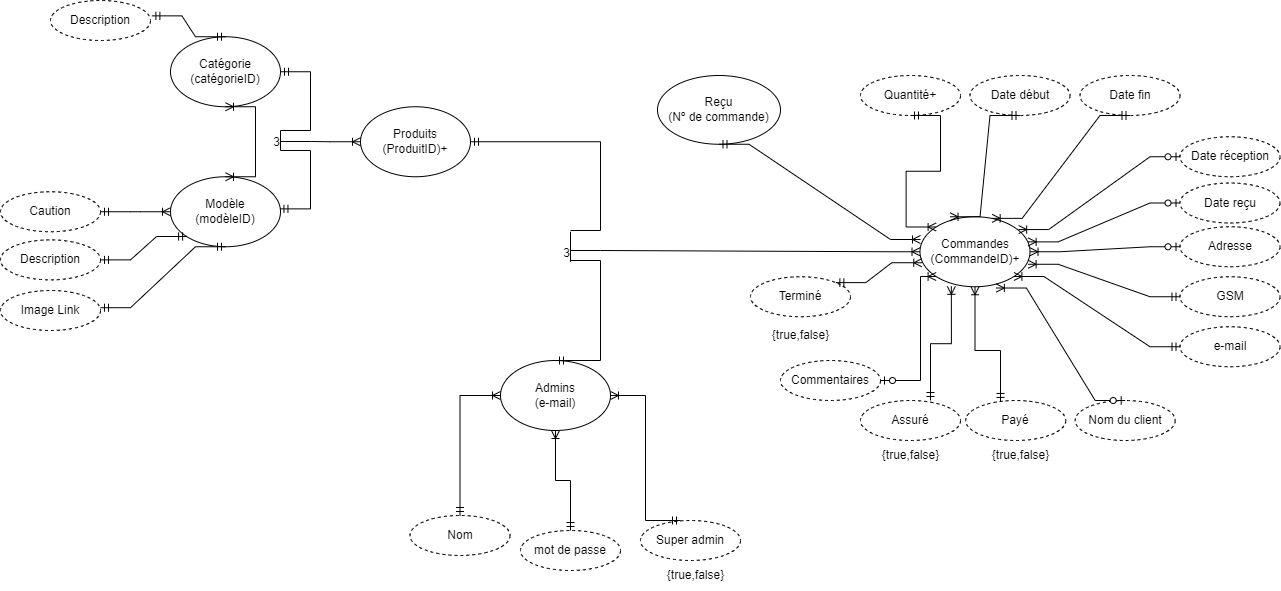
Above: ORM.png in Emilevillette/LINFO1212-2022-12 (draw.io), before the change. Source tidied: cells renumbered, new cells last; positions are measured from the earlier drawing's top-left corner, leaving out a move shared by most shapes.
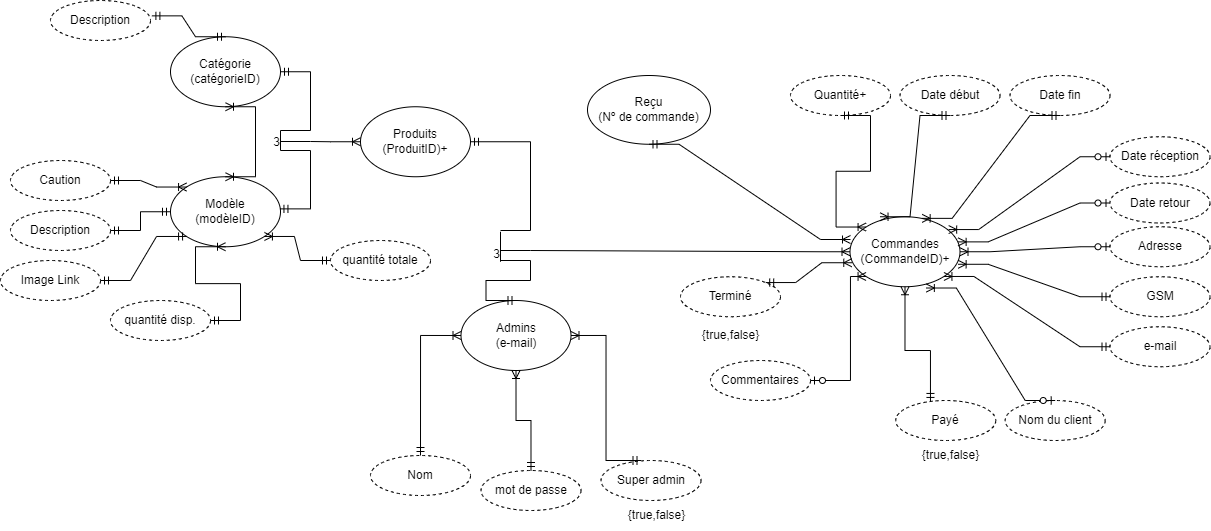
Later version of the same file.

Change to the diagram source:
```diff
@@ -3,19 +3,19 @@
     <mxCell id="0" />
     <mxCell id="1" parent="0" />
     <mxCell id="2" value="Produits&lt;br&gt;(ProduitID)+" style="ellipse;whiteSpace=wrap;html=1;align=center;" parent="1" vertex="1">
-      <mxGeometry x="360" y="106.2" width="110" height="70" as="geometry" />
+      <mxGeometry x="430" y="106.2" width="110" height="70" as="geometry" />
     </mxCell>
     <mxCell id="3" value="Commandes&lt;br&gt;(CommandeID)+" style="ellipse;whiteSpace=wrap;html=1;align=center;" parent="1" vertex="1">
       <mxGeometry x="919.5" y="216.2" width="110" height="70" as="geometry" />
     </mxCell>
     <mxCell id="4" value="Admins&lt;br&gt;(e-mail)" style="ellipse;whiteSpace=wrap;html=1;align=center;" parent="1" vertex="1">
-      <mxGeometry x="500" y="360" width="110" height="70" as="geometry" />
+      <mxGeometry x="530.5" y="300" width="110" height="70" as="geometry" />
     </mxCell>
     <mxCell id="5" value="Nom" style="ellipse;whiteSpace=wrap;html=1;align=center;dashed=1;" parent="1" vertex="1">
-      <mxGeometry x="409.5" y="515" width="100" height="40" as="geometry" />
+      <mxGeometry x="440" y="455" width="100" height="40" as="geometry" />
     </mxCell>
     <mxCell id="6" value="mot de passe" style="ellipse;whiteSpace=wrap;html=1;align=center;dashed=1;" parent="1" vertex="1">
-      <mxGeometry x="520" y="530" width="100" height="40" as="geometry" />
+      <mxGeometry x="550.5" y="470" width="100" height="40" as="geometry" />
     </mxCell>
     <mxCell id="7" value="Quantité+" style="ellipse;whiteSpace=wrap;html=1;align=center;dashed=1;" parent="1" vertex="1">
       <mxGeometry x="860" y="75" width="100" height="40" as="geometry" />
@@ -79,7 +79,7 @@
     <mxCell id="22" value="Date réception" style="ellipse;whiteSpace=wrap;html=1;align=center;dashed=1;" parent="1" vertex="1">
       <mxGeometry x="1179.5" y="136.2" width="100" height="40" as="geometry" />
     </mxCell>
-    <mxCell id="23" value="Date reçu" style="ellipse;whiteSpace=wrap;html=1;align=center;dashed=1;" parent="1" vertex="1">
+    <mxCell id="23" value="Date retour" style="ellipse;whiteSpace=wrap;html=1;align=center;dashed=1;" parent="1" vertex="1">
       <mxGeometry x="1179.5" y="182.5" width="100" height="40" as="geometry" />
     </mxCell>
     <mxCell id="24" value="Nom du client" style="ellipse;whiteSpace=wrap;html=1;align=center;dashed=1;" parent="1" vertex="1">
@@ -106,14 +106,6 @@
     <mxCell id="31" style="edgeStyle=entityRelationEdgeStyle;fontSize=12;html=1;endArrow=ERoneToMany;startArrow=ERzeroToOne;rounded=0;entryX=0.983;entryY=0.359;entryDx=0;entryDy=0;entryPerimeter=0;exitX=0;exitY=0.5;exitDx=0;exitDy=0;" parent="1" edge="1" source="23" target="3">
       <mxGeometry relative="1" as="geometry" />
     </mxCell>
-    <mxCell id="32" value="Assuré" style="ellipse;whiteSpace=wrap;html=1;align=center;dashed=1;" parent="1" vertex="1">
-      <mxGeometry x="860" y="400" width="100" height="40" as="geometry" />
-    </mxCell>
-    <mxCell id="33" style="edgeStyle=orthogonalEdgeStyle;fontSize=12;html=1;endArrow=ERoneToMany;startArrow=ERmandOne;rounded=0;fontColor=none;entryX=0.285;entryY=0.994;entryDx=0;entryDy=0;entryPerimeter=0;" parent="1" edge="1" target="3">
-      <mxGeometry relative="1" as="geometry">
-        <mxPoint x="930" y="400" as="sourcePoint" />
-      </mxGeometry>
-    </mxCell>
     <mxCell id="34" value="Reçu&lt;br&gt;(Nº de commande)" style="ellipse;whiteSpace=wrap;html=1;align=center;" parent="1" vertex="1">
       <mxGeometry x="657" y="75" width="123" height="68.8" as="geometry" />
     </mxCell>
@@ -124,16 +116,16 @@
       <mxGeometry x="750" y="276.2" width="100" height="40" as="geometry" />
     </mxCell>
     <mxCell id="37" value="Catégorie&lt;br&gt;(catégorieID)" style="ellipse;whiteSpace=wrap;html=1;align=center;" parent="1" vertex="1">
-      <mxGeometry x="170" y="36.2" width="110" height="70" as="geometry" />
+      <mxGeometry x="240" y="36.2" width="110" height="70" as="geometry" />
     </mxCell>
     <mxCell id="38" value="Modèle&lt;br&gt;(modèleID)" style="ellipse;whiteSpace=wrap;html=1;align=center;" parent="1" vertex="1">
-      <mxGeometry x="170" y="176.2" width="110" height="70" as="geometry" />
+      <mxGeometry x="240" y="176.2" width="110" height="70" as="geometry" />
     </mxCell>
     <mxCell id="39" value="Caution" style="ellipse;whiteSpace=wrap;html=1;align=center;dashed=1;" parent="1" vertex="1">
-      <mxGeometry y="191.2" width="100" height="40" as="geometry" />
+      <mxGeometry x="80" y="160" width="100" height="40" as="geometry" />
     </mxCell>
     <mxCell id="40" value="Description" style="ellipse;whiteSpace=wrap;html=1;align=center;dashed=1;" parent="1" vertex="1">
-      <mxGeometry y="239.4" width="100" height="40" as="geometry" />
+      <mxGeometry x="80" y="210" width="100" height="40" as="geometry" />
     </mxCell>
     <mxCell id="41" style="edgeStyle=entityRelationEdgeStyle;fontSize=12;html=1;endArrow=ERoneToMany;startArrow=ERoneToMany;rounded=0;entryX=0.5;entryY=1;entryDx=0;entryDy=0;exitX=0.5;exitY=0;exitDx=0;exitDy=0;" parent="1" edge="1" source="38" target="37">
       <mxGeometry relative="1" as="geometry" />
@@ -145,8 +137,8 @@
     </mxCell>
     <mxCell id="43" style="endArrow=none;html=1;rounded=0;fontColor=none;" parent="1" edge="1">
       <mxGeometry relative="1" as="geometry">
-        <mxPoint x="280" y="130" as="sourcePoint" />
-        <mxPoint x="280" y="150" as="targetPoint" />
+        <mxPoint x="350" y="130" as="sourcePoint" />
+        <mxPoint x="350" y="150" as="targetPoint" />
       </mxGeometry>
     </mxCell>
     <mxCell id="44" value="3" style="html=1;align=right;verticalAlign=bottom;labelBackgroundColor=none;strokeColor=default;fontColor=none;fillColor=#000000;" parent="43" vertex="1">
@@ -154,23 +146,23 @@
     </mxCell>
     <mxCell id="45" style="edgeStyle=entityRelationEdgeStyle;fontSize=12;html=1;endArrow=ERmandOne;rounded=0;" parent="1" edge="1" target="37">
       <mxGeometry relative="1" as="geometry">
-        <mxPoint x="280" y="130" as="sourcePoint" />
+        <mxPoint x="350" y="130" as="sourcePoint" />
       </mxGeometry>
     </mxCell>
     <mxCell id="46" style="edgeStyle=entityRelationEdgeStyle;fontSize=12;html=1;endArrow=ERmandOne;rounded=0;entryX=0.995;entryY=0.459;entryDx=0;entryDy=0;entryPerimeter=0;" parent="1" edge="1" target="38">
       <mxGeometry relative="1" as="geometry">
-        <mxPoint x="280" y="150" as="sourcePoint" />
+        <mxPoint x="350" y="150" as="sourcePoint" />
       </mxGeometry>
     </mxCell>
     <mxCell id="47" style="edgeStyle=entityRelationEdgeStyle;fontSize=12;html=1;endArrow=ERoneToMany;rounded=0;entryX=0;entryY=0.5;entryDx=0;entryDy=0;" parent="1" edge="1" target="2">
       <mxGeometry relative="1" as="geometry">
-        <mxPoint x="280" y="141" as="sourcePoint" />
+        <mxPoint x="350" y="141" as="sourcePoint" />
       </mxGeometry>
     </mxCell>
-    <mxCell id="48" style="edgeStyle=entityRelationEdgeStyle;fontSize=12;html=1;endArrow=ERmandOne;startArrow=ERmandOne;rounded=0;exitX=1;exitY=0.5;exitDx=0;exitDy=0;entryX=0;entryY=1;entryDx=0;entryDy=0;" parent="1" edge="1" source="40" target="38">
+    <mxCell id="48" style="edgeStyle=entityRelationEdgeStyle;fontSize=12;html=1;endArrow=ERmandOne;startArrow=ERmandOne;rounded=0;exitX=1;exitY=0.5;exitDx=0;exitDy=0;entryX=0;entryY=0.5;entryDx=0;entryDy=0;" parent="1" edge="1" source="40" target="38">
       <mxGeometry relative="1" as="geometry" />
     </mxCell>
-    <mxCell id="49" style="edgeStyle=entityRelationEdgeStyle;fontSize=12;html=1;endArrow=ERoneToMany;startArrow=ERmandOne;rounded=0;exitX=1;exitY=0.5;exitDx=0;exitDy=0;entryX=0;entryY=0.5;entryDx=0;entryDy=0;" parent="1" edge="1" source="39" target="38">
+    <mxCell id="49" style="edgeStyle=entityRelationEdgeStyle;fontSize=12;html=1;endArrow=ERoneToMany;startArrow=ERmandOne;rounded=0;exitX=1;exitY=0.5;exitDx=0;exitDy=0;entryX=0;entryY=0;entryDx=0;entryDy=0;" parent="1" edge="1" source="39" target="38">
       <mxGeometry relative="1" as="geometry" />
     </mxCell>
     <mxCell id="50" style="edgeStyle=orthogonalEdgeStyle;fontSize=12;html=1;endArrow=ERoneToMany;startArrow=ERzeroToOne;rounded=0;entryX=0;entryY=1;entryDx=0;entryDy=0;" parent="1" edge="1" source="35" target="3">
@@ -191,26 +183,24 @@
       <mxGeometry relative="1" as="geometry" />
     </mxCell>
     <mxCell id="54" value="Super admin" style="ellipse;whiteSpace=wrap;html=1;align=center;dashed=1;" parent="1" vertex="1">
-      <mxGeometry x="640" y="520" width="100" height="40" as="geometry" />
+      <mxGeometry x="670.5" y="460" width="100" height="40" as="geometry" />
     </mxCell>
     <mxCell id="55" value="{true,false}" style="text;html=1;align=center;verticalAlign=middle;strokeColor=none;fillColor=none;fontColor=none;" parent="1" vertex="1">
-      <mxGeometry x="655" y="560" width="80" height="30" as="geometry" />
+      <mxGeometry x="685.5" y="500" width="80" height="30" as="geometry" />
     </mxCell>
     <mxCell id="56" style="edgeStyle=orthogonalEdgeStyle;fontSize=12;html=1;endArrow=ERoneToMany;startArrow=ERmandOne;rounded=0;fontColor=none;entryX=1;entryY=0.5;entryDx=0;entryDy=0;" parent="1" edge="1" target="4">
       <mxGeometry relative="1" as="geometry">
-        <mxPoint x="680" y="520" as="sourcePoint" />
+        <mxPoint x="710.5" y="460" as="sourcePoint" />
       </mxGeometry>
     </mxCell>
     <mxCell id="57" value="Image Link" style="ellipse;whiteSpace=wrap;html=1;align=center;dashed=1;" parent="1" vertex="1">
-      <mxGeometry y="290" width="100" height="40" as="geometry" />
+      <mxGeometry x="70" y="260" width="100" height="40" as="geometry" />
     </mxCell>
-    <mxCell id="58" style="edgeStyle=entityRelationEdgeStyle;fontSize=12;html=1;endArrow=ERmandOne;startArrow=ERmandOne;rounded=0;exitX=1;exitY=0.344;exitDx=0;exitDy=0;entryX=0.5;entryY=1;entryDx=0;entryDy=0;exitPerimeter=0;" parent="1" edge="1" target="38">
-      <mxGeometry relative="1" as="geometry">
-        <mxPoint x="100" y="307.2" as="sourcePoint" />
-      </mxGeometry>
+    <mxCell id="58" style="edgeStyle=entityRelationEdgeStyle;fontSize=12;html=1;endArrow=ERmandOne;startArrow=ERmandOne;rounded=0;exitX=1;exitY=0.5;exitDx=0;exitDy=0;entryX=0;entryY=1;entryDx=0;entryDy=0;" parent="1" edge="1" source="57" target="38">
+      <mxGeometry relative="1" as="geometry" />
     </mxCell>
     <mxCell id="59" value="Description" style="ellipse;whiteSpace=wrap;html=1;align=center;dashed=1;" parent="1" vertex="1">
-      <mxGeometry x="50" width="100" height="40" as="geometry" />
+      <mxGeometry x="120" width="100" height="40" as="geometry" />
     </mxCell>
     <mxCell id="60" style="edgeStyle=entityRelationEdgeStyle;fontSize=12;html=1;endArrow=ERmandOne;startArrow=ERmandOne;rounded=0;exitX=1.014;exitY=0.384;exitDx=0;exitDy=0;entryX=0.5;entryY=0;entryDx=0;entryDy=0;exitPerimeter=0;" parent="1" edge="1" source="59" target="37">
       <mxGeometry relative="1" as="geometry" />
@@ -218,11 +208,20 @@
     <mxCell id="61" value="{true,false}" style="text;html=1;align=center;verticalAlign=middle;strokeColor=none;fillColor=none;fontColor=none;" parent="1" vertex="1">
       <mxGeometry x="760" y="320" width="80" height="30" as="geometry" />
     </mxCell>
-    <mxCell id="62" value="{true,false}" style="text;html=1;align=center;verticalAlign=middle;strokeColor=none;fillColor=none;fontColor=none;" parent="1" vertex="1">
-      <mxGeometry x="870" y="440" width="80" height="30" as="geometry" />
-    </mxCell>
     <mxCell id="63" value="{true,false}" style="text;html=1;align=center;verticalAlign=middle;strokeColor=none;fillColor=none;fontColor=none;" parent="1" vertex="1">
       <mxGeometry x="980" y="440" width="80" height="30" as="geometry" />
     </mxCell>
+    <mxCell id="64" value="quantité disp.&lt;span style=&quot;color: rgba(0, 0, 0, 0); font-family: monospace; font-size: 0px; text-align: start;&quot;&gt;%3CmxGraphModel%3E%3Croot%3E%3CmxCell%20id%3D%220%22%2F%3E%3CmxCell%20id%3D%221%22%20parent%3D%220%22%2F%3E%3CmxCell%20id%3D%222%22%20value%3D%22Image%20Link%22%20style%3D%22ellipse%3BwhiteSpace%3Dwrap%3Bhtml%3D1%3Balign%3Dcenter%3Bdashed%3D1%3B%22%20vertex%3D%221%22%20parent%3D%221%22%3E%3CmxGeometry%20x%3D%2220%22%20y%3D%22370%22%20width%3D%22100%22%20height%3D%2240%22%20as%3D%22geometry%22%2F%3E%3C%2FmxCell%3E%3C%2Froot%3E%3C%2FmxGraphModel%3E&lt;/span&gt;" style="ellipse;whiteSpace=wrap;html=1;align=center;dashed=1;" parent="1" vertex="1">
+      <mxGeometry x="180" y="300" width="100" height="40" as="geometry" />
+    </mxCell>
+    <mxCell id="65" value="quantité totale" style="ellipse;whiteSpace=wrap;html=1;align=center;dashed=1;" parent="1" vertex="1">
+      <mxGeometry x="400" y="240" width="100" height="40" as="geometry" />
+    </mxCell>
+    <mxCell id="66" style="edgeStyle=entityRelationEdgeStyle;fontSize=12;html=1;endArrow=ERoneToMany;startArrow=ERmandOne;rounded=0;exitX=1;exitY=0.5;exitDx=0;exitDy=0;entryX=0.5;entryY=1;entryDx=0;entryDy=0;" parent="1" edge="1" source="64" target="38">
+      <mxGeometry relative="1" as="geometry" />
+    </mxCell>
+    <mxCell id="67" style="edgeStyle=entityRelationEdgeStyle;fontSize=12;html=1;endArrow=ERoneToMany;startArrow=ERmandOne;rounded=0;exitX=0;exitY=0.5;exitDx=0;exitDy=0;entryX=1;entryY=1;entryDx=0;entryDy=0;" parent="1" edge="1" source="65" target="38">
+      <mxGeometry relative="1" as="geometry" />
+    </mxCell>
   </root>
 </mxGraphModel>
```
